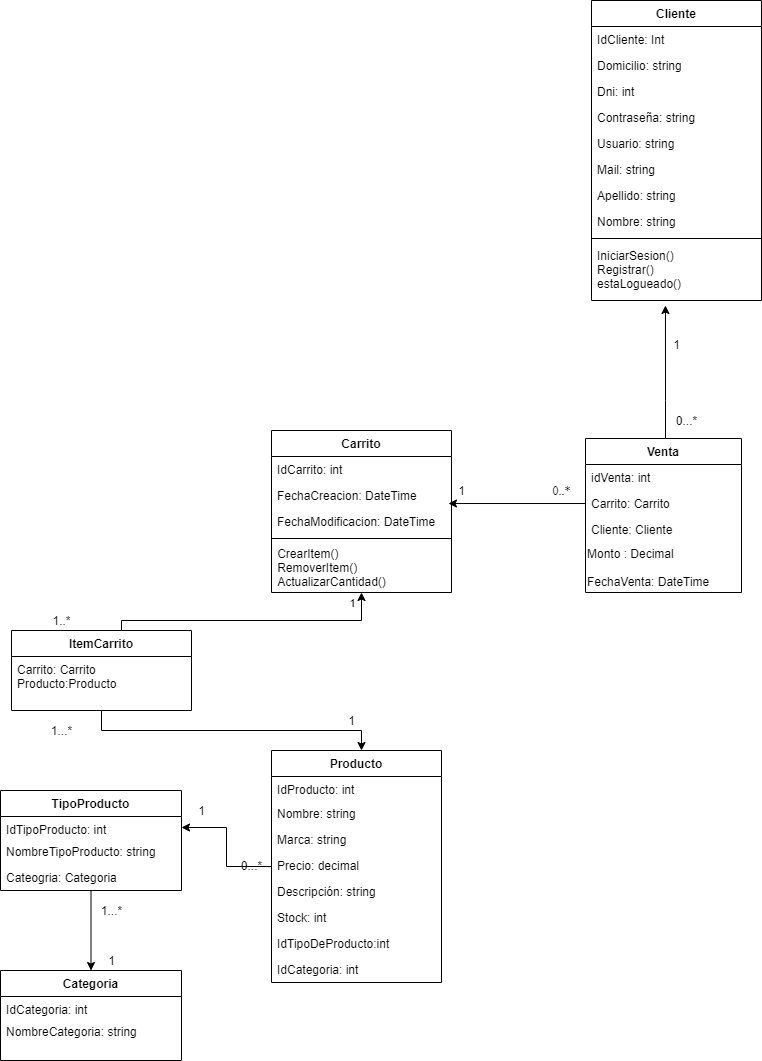
pablopioli2/OpenShop keeps this draw.io diagram as Carrito/01-Carrito.png. Above is the earlier version. Source tidied: cells renumbered, new cells last; positions are measured from the earlier drawing's top-left corner, leaving out a move shared by most shapes.
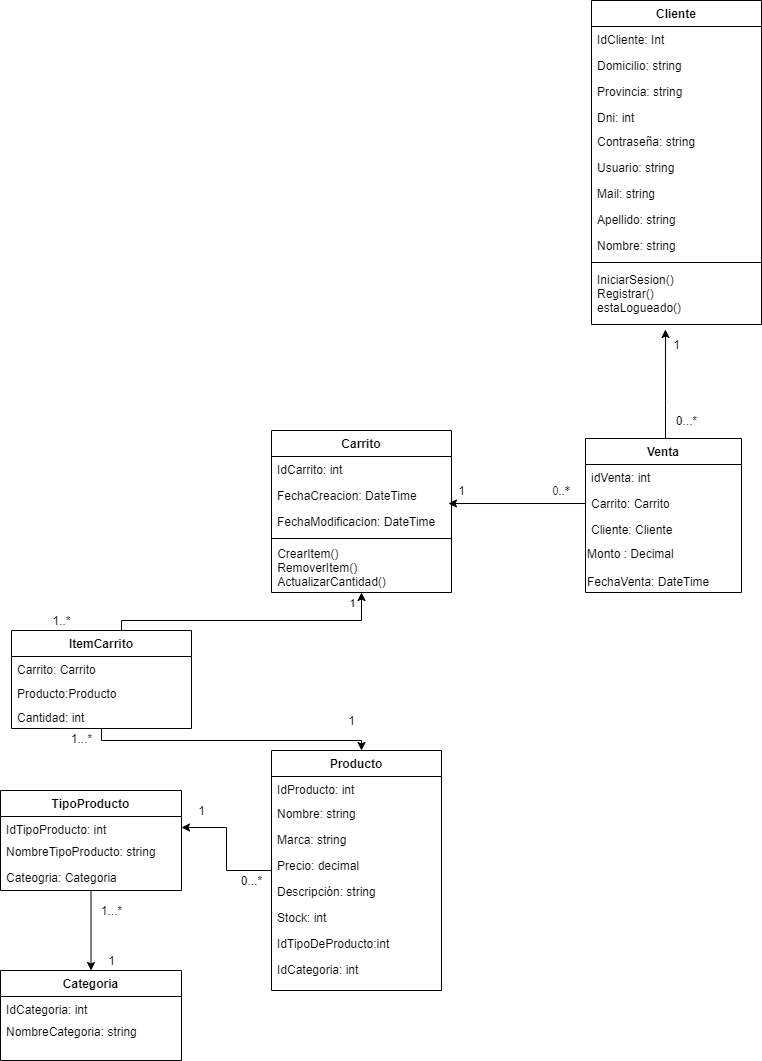
The same diagram one commit later.

Commit message:
Modificación Carrito

Diff of the diagram source:
```diff
@@ -12,7 +12,7 @@
       <mxGeometry relative="1" as="geometry" />
     </mxCell>
     <mxCell id="5" value="Producto" style="swimlane;fontStyle=1;align=center;verticalAlign=top;horizontal=1;startSize=26;rounded=0;shadow=0;strokeWidth=1;" parent="1" vertex="1">
-      <mxGeometry x="271" y="750" width="170" height="232" as="geometry" />
+      <mxGeometry x="271" y="750" width="170" height="240" as="geometry" />
     </mxCell>
     <mxCell id="6" value="IdProducto: int" style="text;align=left;verticalAlign=top;spacingLeft=4;spacingRight=4;overflow=hidden;" parent="5" vertex="1">
       <mxGeometry y="26" width="170" height="24" as="geometry" />
@@ -58,7 +58,7 @@
       <mxGeometry x="341" y="710" width="20" height="20" as="geometry" />
     </mxCell>
     <mxCell id="18" value="1...*" style="text;html=1;align=center;verticalAlign=middle;" parent="1" vertex="1">
-      <mxGeometry x="41" y="720" width="40" height="20" as="geometry" />
+      <mxGeometry x="61" y="728" width="40" height="20" as="geometry" />
     </mxCell>
     <mxCell id="19" style="edgeStyle=orthogonalEdgeStyle;rounded=0;jettySize=auto;html=1;entryX=0.983;entryY=-0.192;entryDx=0;entryDy=0;entryPerimeter=0;" parent="1" edge="1" source="24" target="30">
       <mxGeometry relative="1" as="geometry" />
@@ -111,21 +111,27 @@
       <mxGeometry x="546" y="480" width="30" height="20" as="geometry" />
     </mxCell>
     <mxCell id="34" value="ItemCarrito" style="swimlane;fontStyle=1;align=center;verticalAlign=top;horizontal=1;startSize=26;" parent="1" vertex="1">
-      <mxGeometry x="11" y="630" width="180" height="80" as="geometry" />
+      <mxGeometry x="11" y="630" width="180" height="98" as="geometry" />
     </mxCell>
-    <mxCell id="35" value="Carrito: Carrito&#10;Producto:Producto&#10;" style="text;strokeColor=none;fillColor=none;align=left;verticalAlign=top;spacingLeft=4;spacingRight=4;overflow=hidden;" parent="34" vertex="1">
-      <mxGeometry y="26" width="180" height="54" as="geometry" />
+    <mxCell id="35" value="Carrito: Carrito&#10;" style="text;strokeColor=none;fillColor=none;align=left;verticalAlign=top;spacingLeft=4;spacingRight=4;overflow=hidden;" parent="34" vertex="1">
+      <mxGeometry y="26" width="180" height="24" as="geometry" />
     </mxCell>
+    <mxCell id="60" value="Producto:Producto&#10;" style="text;strokeColor=none;fillColor=none;align=left;verticalAlign=top;spacingLeft=4;spacingRight=4;overflow=hidden;" parent="34" vertex="1">
+      <mxGeometry y="50" width="180" height="24" as="geometry" />
+    </mxCell>
+    <mxCell id="61" value="Cantidad: int" style="text;strokeColor=none;fillColor=none;align=left;verticalAlign=top;spacingLeft=4;spacingRight=4;overflow=hidden;" parent="34" vertex="1">
+      <mxGeometry y="74" width="180" height="24" as="geometry" />
+    </mxCell>
     <mxCell id="36" style="edgeStyle=orthogonalEdgeStyle;rounded=0;jettySize=auto;html=1;" parent="1" edge="1" source="34" target="5">
       <mxGeometry relative="1" as="geometry">
         <Array as="points">
-          <mxPoint x="101" y="730" />
-          <mxPoint x="361" y="730" />
+          <mxPoint x="101" y="740" />
+          <mxPoint x="361" y="740" />
         </Array>
       </mxGeometry>
     </mxCell>
     <mxCell id="37" value="Cliente" style="swimlane;fontStyle=1;align=center;verticalAlign=top;horizontal=1;startSize=26;" parent="1" vertex="1">
-      <mxGeometry x="591" width="170" height="300" as="geometry" />
+      <mxGeometry x="591" width="170" height="324" as="geometry" />
     </mxCell>
     <mxCell id="38" value="IdCliente: Int" style="text;align=left;verticalAlign=top;spacingLeft=4;spacingRight=4;overflow=hidden;rounded=0;shadow=0;html=0;" parent="37" vertex="1">
       <mxGeometry y="26" width="170" height="26" as="geometry" />
@@ -133,29 +139,32 @@
     <mxCell id="39" value="Domicilio: string" style="text;align=left;verticalAlign=top;spacingLeft=4;spacingRight=4;overflow=hidden;rounded=0;shadow=0;html=0;" parent="37" vertex="1">
       <mxGeometry y="52" width="170" height="26" as="geometry" />
     </mxCell>
+    <mxCell id="62" value="Provincia: string" style="text;align=left;verticalAlign=top;spacingLeft=4;spacingRight=4;overflow=hidden;rounded=0;shadow=0;html=0;" parent="37" vertex="1">
+      <mxGeometry y="78" width="170" height="26" as="geometry" />
+    </mxCell>
     <mxCell id="40" value="Dni: int" style="text;align=left;verticalAlign=top;spacingLeft=4;spacingRight=4;overflow=hidden;rounded=0;shadow=0;html=0;" parent="37" vertex="1">
-      <mxGeometry y="78" width="170" height="26" as="geometry" />
+      <mxGeometry y="104" width="170" height="24" as="geometry" />
     </mxCell>
     <mxCell id="41" value="Contraseña: string" style="text;align=left;verticalAlign=top;spacingLeft=4;spacingRight=4;overflow=hidden;rounded=0;shadow=0;html=0;" parent="37" vertex="1">
-      <mxGeometry y="104" width="170" height="26" as="geometry" />
+      <mxGeometry y="128" width="170" height="26" as="geometry" />
     </mxCell>
     <mxCell id="42" value="Usuario: string" style="text;align=left;verticalAlign=top;spacingLeft=4;spacingRight=4;overflow=hidden;rounded=0;shadow=0;html=0;" parent="37" vertex="1">
-      <mxGeometry y="130" width="170" height="26" as="geometry" />
+      <mxGeometry y="154" width="170" height="26" as="geometry" />
     </mxCell>
     <mxCell id="43" value="Mail: string" style="text;align=left;verticalAlign=top;spacingLeft=4;spacingRight=4;overflow=hidden;" parent="37" vertex="1">
-      <mxGeometry y="156" width="170" height="26" as="geometry" />
+      <mxGeometry y="180" width="170" height="26" as="geometry" />
     </mxCell>
     <mxCell id="44" value="Apellido: string" style="text;align=left;verticalAlign=top;spacingLeft=4;spacingRight=4;overflow=hidden;rounded=0;shadow=0;html=0;" parent="37" vertex="1">
-      <mxGeometry y="182" width="170" height="26" as="geometry" />
+      <mxGeometry y="206" width="170" height="26" as="geometry" />
     </mxCell>
     <mxCell id="45" value="Nombre: string" style="text;align=left;verticalAlign=top;spacingLeft=4;spacingRight=4;overflow=hidden;rounded=0;shadow=0;html=0;" parent="37" vertex="1">
-      <mxGeometry y="208" width="170" height="26" as="geometry" />
+      <mxGeometry y="232" width="170" height="26" as="geometry" />
     </mxCell>
     <mxCell id="46" style="line;strokeWidth=1;fillColor=none;align=left;verticalAlign=middle;spacingTop=-1;spacingLeft=3;spacingRight=3;labelPosition=right;" parent="37" vertex="1">
-      <mxGeometry y="234" width="170" height="8" as="geometry" />
+      <mxGeometry y="258" width="170" height="8" as="geometry" />
     </mxCell>
     <mxCell id="47" value="IniciarSesion()&#10;Registrar()&#10;estaLogueado()&#10;" style="text;strokeColor=none;fillColor=none;align=left;verticalAlign=top;spacingLeft=4;spacingRight=4;overflow=hidden;points=[[0,0.5],[1,0.5]];portConstraint=eastwest;" parent="37" vertex="1">
-      <mxGeometry y="242" width="170" height="58" as="geometry" />
+      <mxGeometry y="266" width="170" height="58" as="geometry" />
     </mxCell>
     <mxCell id="48" style="edgeStyle=orthogonalEdgeStyle;rounded=0;jettySize=auto;html=1;entryX=0.5;entryY=0;entryDx=0;entryDy=0;" parent="1" edge="1" source="49" target="55">
       <mxGeometry relative="1" as="geometry" />
@@ -173,7 +182,7 @@
       <mxGeometry y="74" width="181" height="26" as="geometry" />
     </mxCell>
     <mxCell id="53" value="0...*" style="text;html=1;align=center;verticalAlign=middle;" parent="1" vertex="1">
-      <mxGeometry x="231" y="855" width="40" height="20" as="geometry" />
+      <mxGeometry x="231" y="870" width="40" height="20" as="geometry" />
     </mxCell>
     <mxCell id="54" value="1" style="text;html=1;align=center;verticalAlign=middle;" parent="1" vertex="1">
       <mxGeometry x="191" y="800" width="20" height="20" as="geometry" />
```
